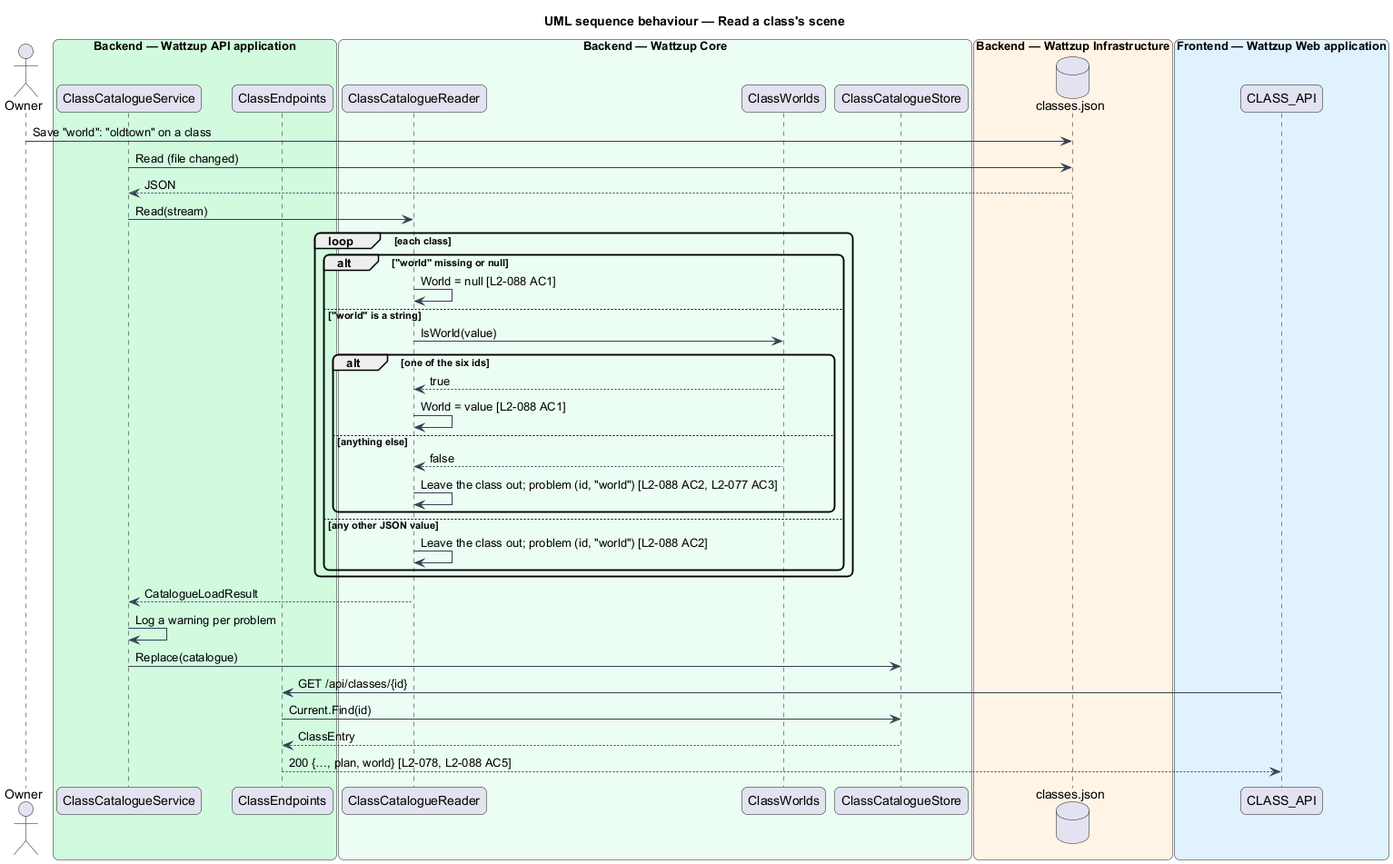
Earlier version of the PlantUML export docs/detailed-designs/world-ride/assign-class-scene/diagrams/sequence-read-class-scene.png (QuinntyneBrown/ride-one).
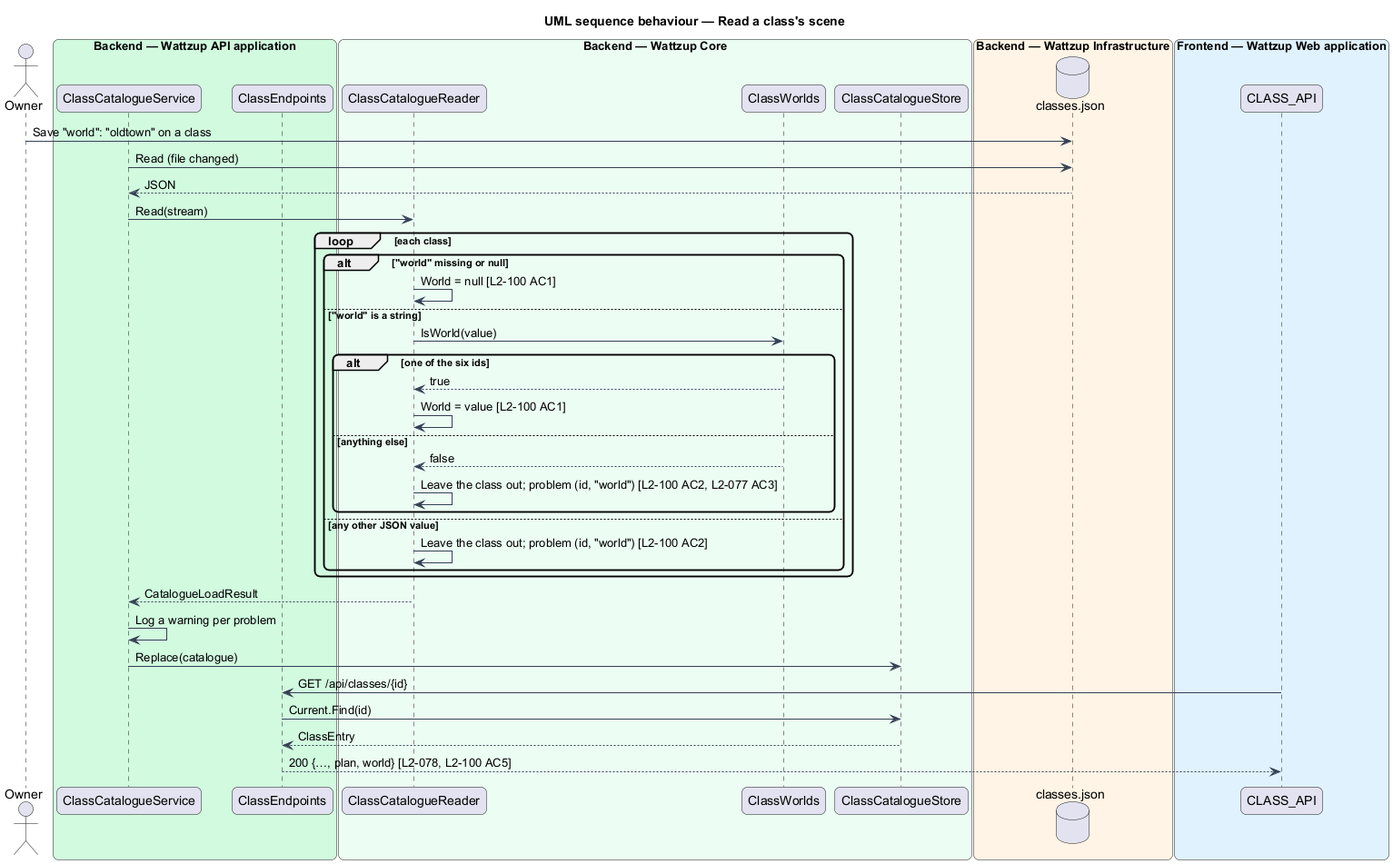
After the commit.

What changed in the source:
```diff
@@ -28,18 +28,18 @@
 service -> reader : Read(stream)
 loop each class
   alt "world" missing or null
-    reader -> reader : World = null [L2-088 AC1]
+    reader -> reader : World = null [L2-100 AC1]
   else "world" is a string
     reader -> worlds : IsWorld(value)
     alt one of the six ids
       worlds --> reader : true
-      reader -> reader : World = value [L2-088 AC1]
+      reader -> reader : World = value [L2-100 AC1]
     else anything else
       worlds --> reader : false
-      reader -> reader : Leave the class out; problem (id, "world") [L2-088 AC2, L2-077 AC3]
+      reader -> reader : Leave the class out; problem (id, "world") [L2-100 AC2, L2-077 AC3]
     end
   else any other JSON value
-    reader -> reader : Leave the class out; problem (id, "world") [L2-088 AC2]
+    reader -> reader : Leave the class out; problem (id, "world") [L2-100 AC2]
   end
 end
 reader --> service : CatalogueLoadResult
@@ -48,5 +48,5 @@
 client -> ep : GET /api/classes/{id}
 ep -> store : Current.Find(id)
 store --> ep : ClassEntry
-ep --> client : 200 {…, plan, world} [L2-078, L2-088 AC5]
+ep --> client : 200 {…, plan, world} [L2-078, L2-100 AC5]
 @enduml
```
